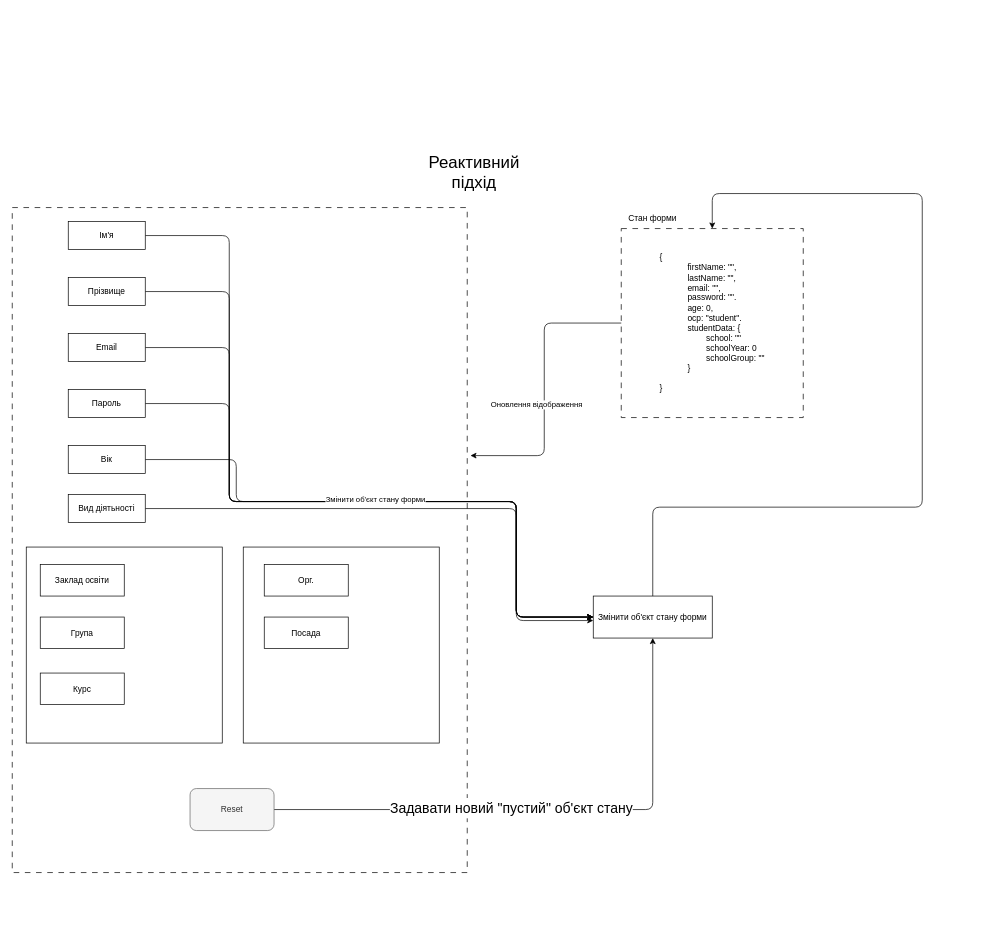
Before: page "Page-2" (2 of 3) of forms.drawio in vvy-mku/js-2, a draw.io diagram. Source tidied: cells renumbered, new cells numbered last; positions are measured from the earlier drawing's top-left corner, leaving out a move shared by most shapes. Both pictures are drawn from the tidied source at 70%, with x=0, y=0 at pixel (12, 158).
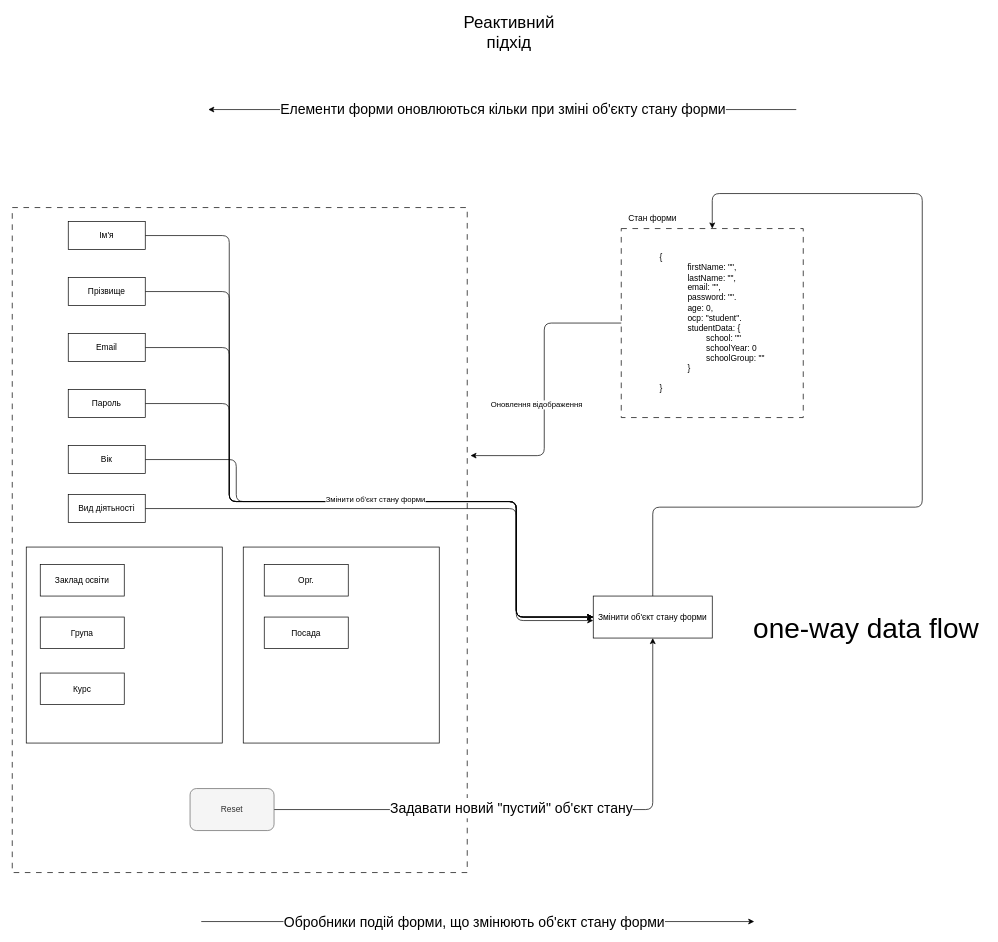
The same diagram, later.

Change to the diagram source:
```diff
@@
     <mxCell id="29" value="&lt;font style=&quot;font-size: 24px;&quot;&gt;Реактивний підхід&lt;/font&gt;" style="text;html=1;strokeColor=none;fillColor=none;align=center;verticalAlign=middle;whiteSpace=wrap;rounded=0;dashed=1;dashPattern=8 8;labelBackgroundColor=#FFFFFF;" parent="1" vertex="1">
-      <mxGeometry x="560" width="200" height="40" as="geometry" />
+      <mxGeometry x="610" y="-200" width="200" height="40" as="geometry" />
     </mxCell>
@@
+    <mxCell id="33" style="endArrow=classic;html=1;fontSize=20;" parent="1" edge="1">
+      <mxGeometry relative="1" as="geometry">
+        <mxPoint x="270" y="1090" as="sourcePoint" />
+        <mxPoint x="1060" y="1090" as="targetPoint" />
+      </mxGeometry>
+    </mxCell>
+    <mxCell id="34" value="Обробники подій форми, що змінюють об'єкт стану форми" style="edgeLabel;html=1;align=center;verticalAlign=middle;fontSize=20;" parent="33" vertex="1">
+      <mxGeometry x="-0.36" y="1" relative="1" as="geometry">
+        <mxPoint x="136" as="offset" />
+      </mxGeometry>
+    </mxCell>
+    <mxCell id="35" style="endArrow=classic;html=1;fontSize=20;" parent="1" edge="1">
+      <mxGeometry relative="1" as="geometry">
+        <mxPoint x="1120" y="-70" as="sourcePoint" />
+        <mxPoint x="280" y="-70" as="targetPoint" />
+      </mxGeometry>
+    </mxCell>
+    <mxCell id="36" value="Елементи форми оновлюються кільки при зміні об'єкту стану форми" style="edgeLabel;html=1;align=center;verticalAlign=middle;fontSize=20;" parent="35" vertex="1">
+      <mxGeometry x="0.19" y="-2" relative="1" as="geometry">
+        <mxPoint x="80" as="offset" />
+      </mxGeometry>
+    </mxCell>
+    <mxCell id="37" value="&lt;font style=&quot;font-size: 40px;&quot;&gt;one-way data flow&lt;/font&gt;" style="text;html=1;strokeColor=none;fillColor=none;align=center;verticalAlign=middle;whiteSpace=wrap;rounded=0;dashed=1;dashPattern=8 8;labelBackgroundColor=#FFFFFF;fontSize=20;" parent="1" vertex="1">
+      <mxGeometry x="1050" y="655" width="340" height="30" as="geometry" />
+    </mxCell>
```
